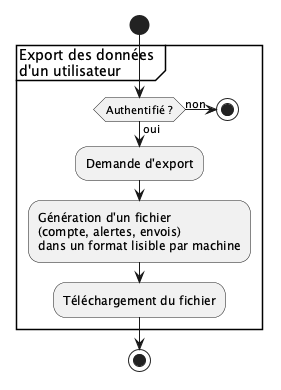
Before: doc/umldiagrams/workflows/userexport.png, a diagram exported from PlantUML (lodygens/cadi). The source it was exported from:
```plantuml
@startuml
start
partition "Export des données \nd'un utilisateur" {
if (Authentifié ?) then (oui)
    :Demande d'export;
    :Génération d'un fichier
    (compte, alertes, envois)
    dans un format lisible par machine;
    :Téléchargement du fichier;
else (non)
    stop
endif
}
stop
@enduml
```
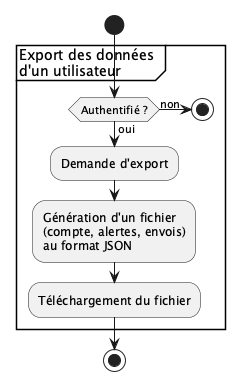
The same file after the commit.

What changed in the source:
```diff
@@ -5,7 +5,7 @@
     :Demande d'export;
     :Génération d'un fichier
     (compte, alertes, envois)
-    dans un format lisible par machine;
+    au format JSON;
     :Téléchargement du fichier;
 else (non)
     stop
```
